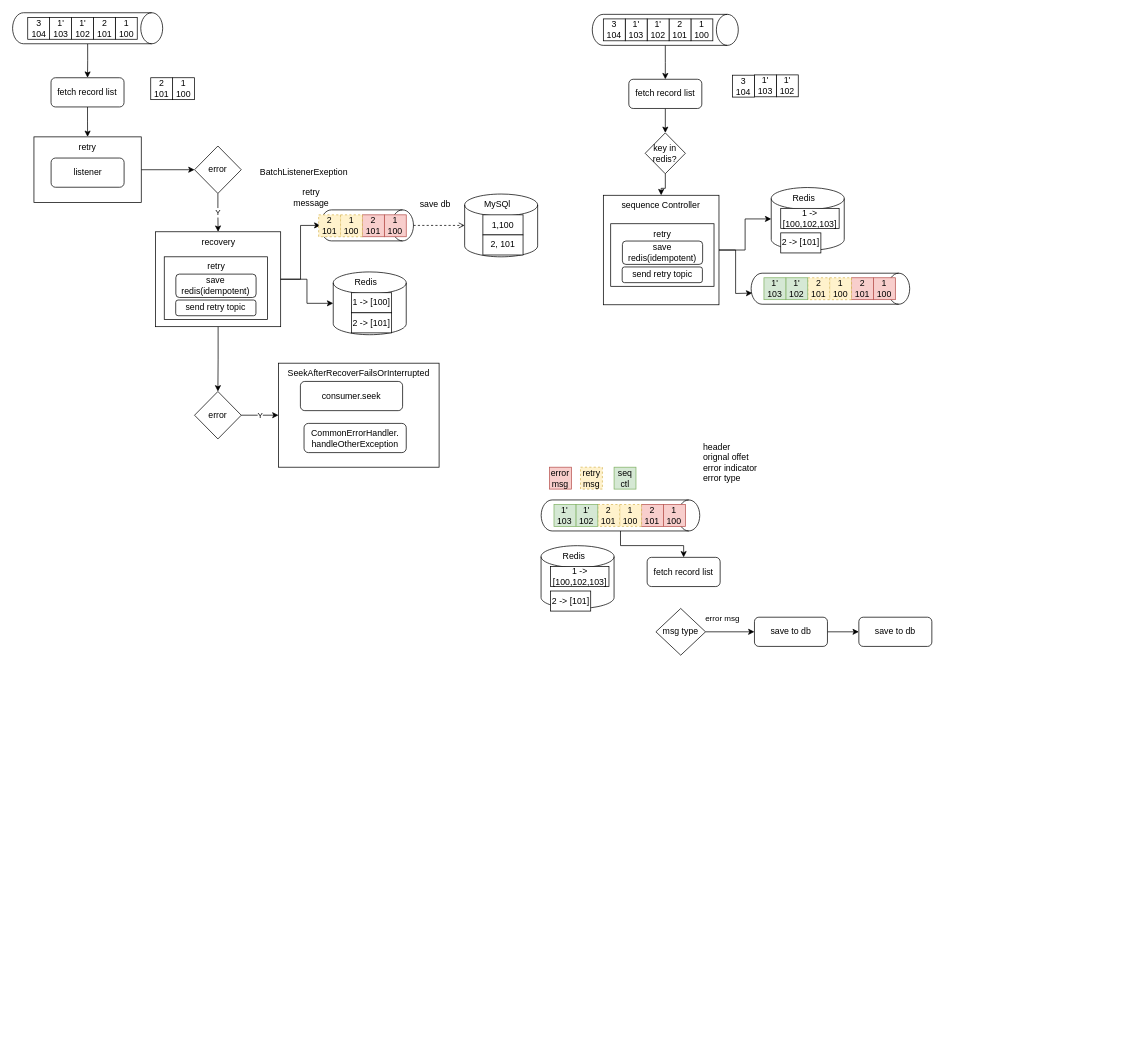
The draw.io diagram techlab/kafka message handler.drawio in qiufang1314/drawio, before the edit. Source tidied: cells renumbered, new cells numbered last; positions are measured from the earlier drawing's top-left corner, leaving out a move shared by most shapes. Both pictures are drawn from the tidied source at 73%, with x=0, y=0 at pixel (28, -47).
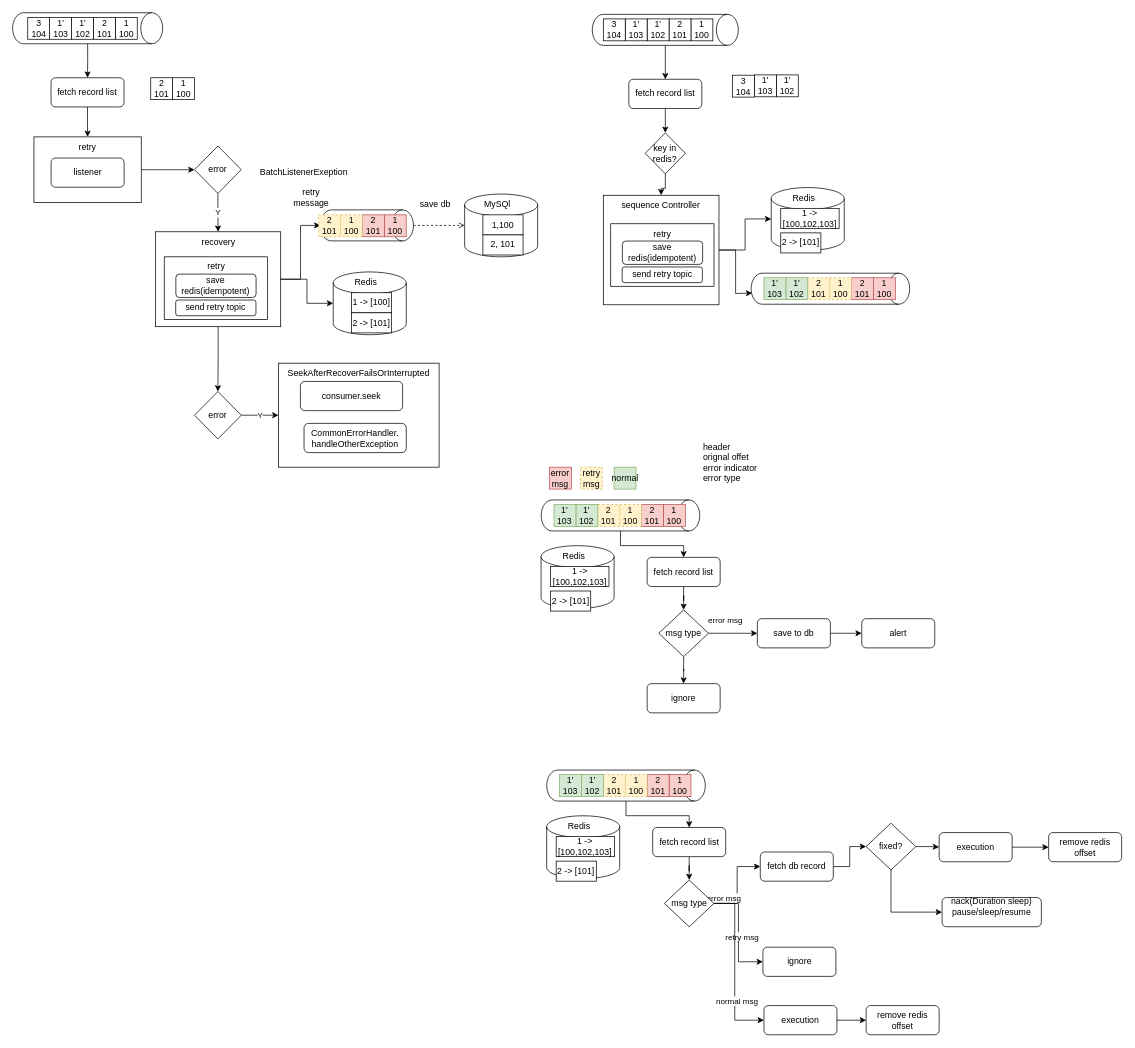
Above is the later version.

The change refers to these unchanged cells:
```xml
<mxCell id="94" value="fetch record list" style="rounded=1;whiteSpace=wrap;html=1;" parent="1" vertex="1">
  <mxGeometry x="848" y="828" width="100" height="40" as="geometry" />
</mxCell>
```

What changed in the source:
```diff
@@
-    <mxCell id="81" value="seq&lt;div&gt;ctl&lt;/div&gt;" style="rounded=0;whiteSpace=wrap;html=1;fillColor=#d5e8d4;strokeColor=#82b366;" parent="1" vertex="1">
+    <mxCell id="81" value="normal" style="rounded=0;whiteSpace=wrap;html=1;fillColor=#d5e8d4;strokeColor=#82b366;" parent="1" vertex="1">
       <mxGeometry x="802.7" y="704.5" width="30" height="30" as="geometry" />
     </mxCell>
@@
+    <mxCell id="100" style="edgeStyle=orthogonalEdgeStyle;rounded=0;jettySize=auto;html=1;" parent="1" edge="1" source="94" target="96">
+      <mxGeometry relative="1" as="geometry" />
+    </mxCell>
@@
+    <mxCell id="101" style="edgeStyle=orthogonalEdgeStyle;rounded=0;jettySize=auto;html=1;" parent="1" edge="1" source="96" target="102">
+      <mxGeometry relative="1" as="geometry" />
+    </mxCell>
     <mxCell id="96" value="msg type" style="rhombus;whiteSpace=wrap;html=1;" parent="1" vertex="1">
-      <mxGeometry x="860" y="898" width="68" height="64" as="geometry" />
+      <mxGeometry x="864" y="900" width="68" height="64" as="geometry" />
     </mxCell>
@@
     <mxCell id="98" value="save to db" style="rounded=1;whiteSpace=wrap;html=1;" parent="1" vertex="1">
-      <mxGeometry x="995" y="910" width="100" height="40" as="geometry" />
+      <mxGeometry x="999" y="912" width="100" height="40" as="geometry" />
     </mxCell>
-    <mxCell id="99" value="save to db" style="rounded=1;whiteSpace=wrap;html=1;" parent="1" vertex="1">
-      <mxGeometry x="1138" y="910" width="100" height="40" as="geometry" />
+    <mxCell id="99" value="alert" style="rounded=1;whiteSpace=wrap;html=1;" parent="1" vertex="1">
+      <mxGeometry x="1142" y="912" width="100" height="40" as="geometry" />
     </mxCell>
+    <mxCell id="102" value="ignore" style="rounded=1;whiteSpace=wrap;html=1;" parent="1" vertex="1">
+      <mxGeometry x="848" y="1001" width="100" height="40" as="geometry" />
+    </mxCell>
+    <mxCell id="103" style="edgeStyle=orthogonalEdgeStyle;rounded=0;jettySize=auto;html=1;entryX=0.5;entryY=0;entryDx=0;entryDy=0;" parent="1" edge="1" source="104" target="116">
+      <mxGeometry relative="1" as="geometry" />
+    </mxCell>
+    <mxCell id="104" style="shape=cylinder3;whiteSpace=wrap;html=1;boundedLbl=1;backgroundOutline=1;size=15;rotation=90;" parent="1" vertex="1">
+      <mxGeometry x="797.8" y="1032" width="42.5" height="217.2" as="geometry" />
+    </mxCell>
+    <mxCell id="105" value="1&lt;div&gt;100&lt;/div&gt;" style="rounded=0;whiteSpace=wrap;html=1;fillColor=#f8cecc;strokeColor=#b85450;" parent="1" vertex="1">
+      <mxGeometry x="878.1" y="1125.6" width="30" height="30" as="geometry" />
+    </mxCell>
+    <mxCell id="106" value="2&lt;br&gt;&lt;div&gt;101&lt;/div&gt;" style="rounded=0;whiteSpace=wrap;html=1;fillColor=#f8cecc;strokeColor=#b85450;" parent="1" vertex="1">
+      <mxGeometry x="848.1" y="1125.6" width="30" height="30" as="geometry" />
+    </mxCell>
+    <mxCell id="107" value="1&lt;div&gt;100&lt;/div&gt;" style="rounded=0;whiteSpace=wrap;html=1;dashed=1;fillColor=#fff2cc;strokeColor=#d6b656;" parent="1" vertex="1">
+      <mxGeometry x="818.1" y="1125.6" width="30" height="30" as="geometry" />
+    </mxCell>
+    <mxCell id="108" value="2&lt;br&gt;&lt;div&gt;101&lt;/div&gt;" style="rounded=0;whiteSpace=wrap;html=1;dashed=1;fillColor=#fff2cc;strokeColor=#d6b656;" parent="1" vertex="1">
+      <mxGeometry x="788.1" y="1125.6" width="30" height="30" as="geometry" />
+    </mxCell>
+    <mxCell id="109" style="shape=cylinder3;whiteSpace=wrap;html=1;boundedLbl=1;backgroundOutline=1;size=15;" parent="1" vertex="1">
+      <mxGeometry x="710.4" y="1182" width="100" height="86" as="geometry" />
+    </mxCell>
+    <mxCell id="110" value="Redis" style="text;html=1;align=center;verticalAlign=middle;whiteSpace=wrap;rounded=0;" parent="1" vertex="1">
+      <mxGeometry x="720.4" y="1182" width="70" height="30" as="geometry" />
+    </mxCell>
+    <mxCell id="111" value="1 -&amp;gt; [100,102,103]" style="rounded=0;whiteSpace=wrap;html=1;" parent="1" vertex="1">
+      <mxGeometry x="723.4" y="1210.5" width="80" height="27.5" as="geometry" />
+    </mxCell>
+    <mxCell id="112" value="2 -&amp;gt; [101]" style="rounded=0;whiteSpace=wrap;html=1;" parent="1" vertex="1">
+      <mxGeometry x="723.4" y="1244.1" width="55" height="27.5" as="geometry" />
+    </mxCell>
+    <mxCell id="113" value="1'&lt;div&gt;102&lt;/div&gt;" style="rounded=0;whiteSpace=wrap;html=1;fillColor=#d5e8d4;strokeColor=#82b366;" parent="1" vertex="1">
+      <mxGeometry x="758.1" y="1125.6" width="30" height="30" as="geometry" />
+    </mxCell>
+    <mxCell id="114" value="1'&lt;br&gt;&lt;div&gt;103&lt;/div&gt;" style="rounded=0;whiteSpace=wrap;html=1;fillColor=#d5e8d4;strokeColor=#82b366;" parent="1" vertex="1">
+      <mxGeometry x="728.1" y="1125.6" width="30" height="30" as="geometry" />
+    </mxCell>
+    <mxCell id="115" style="edgeStyle=orthogonalEdgeStyle;rounded=0;jettySize=auto;html=1;" parent="1" edge="1" source="116" target="122">
+      <mxGeometry relative="1" as="geometry" />
+    </mxCell>
+    <mxCell id="116" value="fetch record list" style="rounded=1;whiteSpace=wrap;html=1;" parent="1" vertex="1">
+      <mxGeometry x="855.6" y="1198" width="100" height="40" as="geometry" />
+    </mxCell>
+    <mxCell id="117" value="error msg" style="edgeStyle=orthogonalEdgeStyle;rounded=0;jettySize=auto;html=1;" parent="1" edge="1" source="122" target="124">
+      <mxGeometry x="-0.31" y="18" relative="1" as="geometry" />
+    </mxCell>
+    <mxCell id="118" style="edgeStyle=orthogonalEdgeStyle;rounded=0;jettySize=auto;html=1;entryX=0;entryY=0.5;entryDx=0;entryDy=0;" parent="1" edge="1" source="122" target="125">
+      <mxGeometry relative="1" as="geometry" />
+    </mxCell>
+    <mxCell id="119" value="retry msg" style="edgeLabel;html=1;align=center;verticalAlign=middle;" parent="118" vertex="1">
+      <mxGeometry x="0.08" y="4" relative="1" as="geometry" />
+    </mxCell>
+    <mxCell id="120" style="edgeStyle=orthogonalEdgeStyle;rounded=0;jettySize=auto;html=1;entryX=0;entryY=0.5;entryDx=0;entryDy=0;" parent="1" edge="1" source="122" target="133">
+      <mxGeometry relative="1" as="geometry">
+        <Array as="points">
+          <mxPoint x="968" y="1302" />
+          <mxPoint x="968" y="1462" />
+        </Array>
+      </mxGeometry>
+    </mxCell>
+    <mxCell id="121" value="normal msg" style="edgeLabel;html=1;align=center;verticalAlign=middle;" parent="120" vertex="1">
+      <mxGeometry x="0.42" y="2" relative="1" as="geometry" />
+    </mxCell>
+    <mxCell id="122" value="msg type" style="rhombus;whiteSpace=wrap;html=1;" parent="1" vertex="1">
+      <mxGeometry x="871.6" y="1270" width="68" height="64" as="geometry" />
+    </mxCell>
+    <mxCell id="123" style="edgeStyle=orthogonalEdgeStyle;rounded=0;jettySize=auto;html=1;entryX=0;entryY=0.5;entryDx=0;entryDy=0;" parent="1" edge="1" source="124" target="128">
+      <mxGeometry relative="1" as="geometry" />
+    </mxCell>
+    <mxCell id="124" value="fetch db record" style="rounded=1;whiteSpace=wrap;html=1;" parent="1" vertex="1">
+      <mxGeometry x="1003" y="1231.6" width="100" height="40" as="geometry" />
+    </mxCell>
+    <mxCell id="125" value="ignore" style="rounded=1;whiteSpace=wrap;html=1;" parent="1" vertex="1">
+      <mxGeometry x="1006.6" y="1362" width="100" height="40" as="geometry" />
+    </mxCell>
+    <mxCell id="126" style="edgeStyle=orthogonalEdgeStyle;rounded=0;jettySize=auto;html=1;entryX=0;entryY=0.5;entryDx=0;entryDy=0;" parent="1" edge="1" source="128" target="130">
+      <mxGeometry relative="1" as="geometry" />
+    </mxCell>
+    <mxCell id="127" style="edgeStyle=orthogonalEdgeStyle;rounded=0;jettySize=auto;html=1;entryX=0;entryY=0.5;entryDx=0;entryDy=0;" parent="1" edge="1" source="128" target="131">
+      <mxGeometry relative="1" as="geometry">
+        <Array as="points">
+          <mxPoint x="1182" y="1314" />
+        </Array>
+      </mxGeometry>
+    </mxCell>
+    <mxCell id="128" value="fixed?" style="rhombus;whiteSpace=wrap;html=1;" parent="1" vertex="1">
+      <mxGeometry x="1148" y="1192.2" width="68" height="64" as="geometry" />
+    </mxCell>
+    <mxCell id="129" style="edgeStyle=orthogonalEdgeStyle;rounded=0;jettySize=auto;html=1;" parent="1" edge="1" source="130" target="135">
+      <mxGeometry relative="1" as="geometry" />
+    </mxCell>
+    <mxCell id="130" value="execution" style="rounded=1;whiteSpace=wrap;html=1;" parent="1" vertex="1">
+      <mxGeometry x="1248" y="1205" width="100" height="40" as="geometry" />
+    </mxCell>
+    <mxCell id="131" value="nack(Duration sleep)&lt;div&gt;pause/sleep/resume&lt;br&gt;&lt;div&gt;&lt;br&gt;&lt;/div&gt;&lt;/div&gt;" style="rounded=1;whiteSpace=wrap;html=1;" parent="1" vertex="1">
+      <mxGeometry x="1252" y="1294" width="136" height="40" as="geometry" />
+    </mxCell>
+    <mxCell id="132" style="edgeStyle=orthogonalEdgeStyle;rounded=0;jettySize=auto;html=1;" parent="1" edge="1" source="133" target="134">
+      <mxGeometry relative="1" as="geometry" />
+    </mxCell>
+    <mxCell id="133" value="execution" style="rounded=1;whiteSpace=wrap;html=1;" parent="1" vertex="1">
+      <mxGeometry x="1008" y="1442" width="100" height="40" as="geometry" />
+    </mxCell>
+    <mxCell id="134" value="remove redis offset" style="rounded=1;whiteSpace=wrap;html=1;" parent="1" vertex="1">
+      <mxGeometry x="1148" y="1442" width="100" height="40" as="geometry" />
+    </mxCell>
+    <mxCell id="135" value="remove redis offset" style="rounded=1;whiteSpace=wrap;html=1;" parent="1" vertex="1">
+      <mxGeometry x="1398" y="1205" width="100" height="40" as="geometry" />
+    </mxCell>
```
